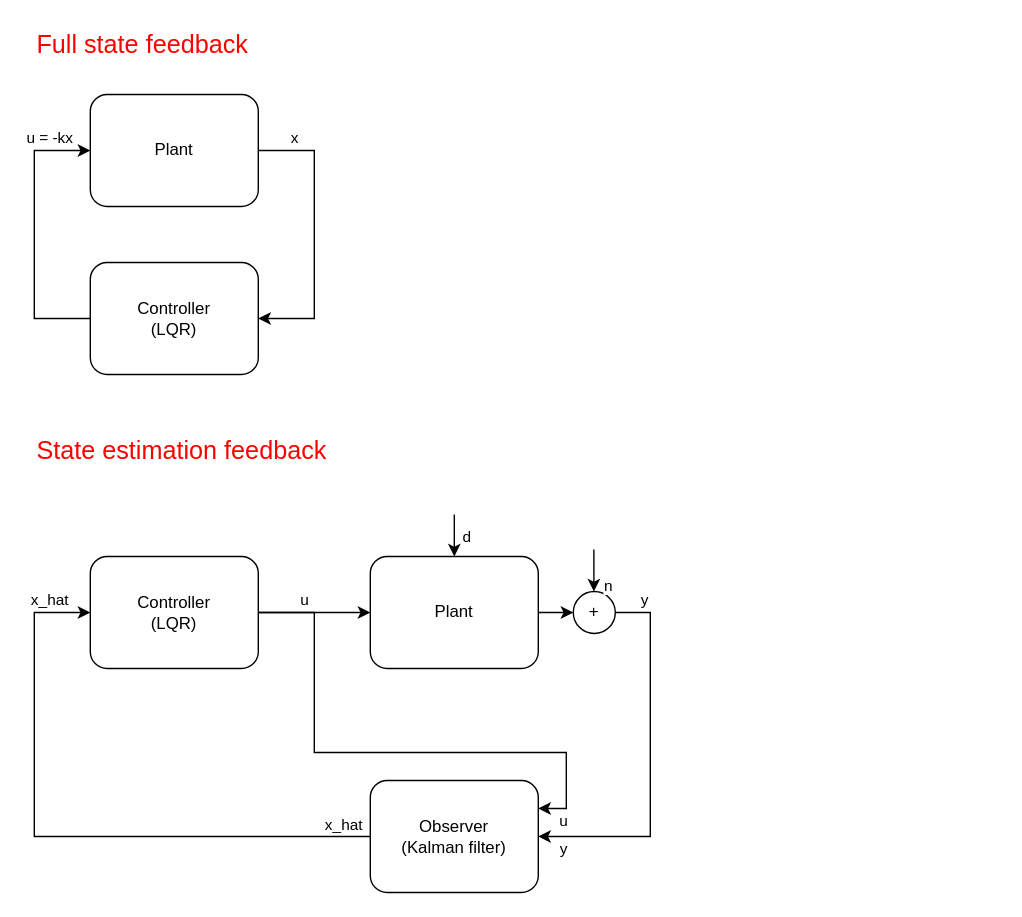
Above: 00_repo_target_content/controlSystemsTestDiagram.drawio in asitkumar47/asitk (draw.io), before the change. Source tidied: cells renumbered, new cells numbered last; positions are measured from the earlier drawing's top-left corner, leaving out a move shared by most shapes. Both pictures are drawn from the tidied source at 140%, with x=0, y=0 at pixel (34, 24).
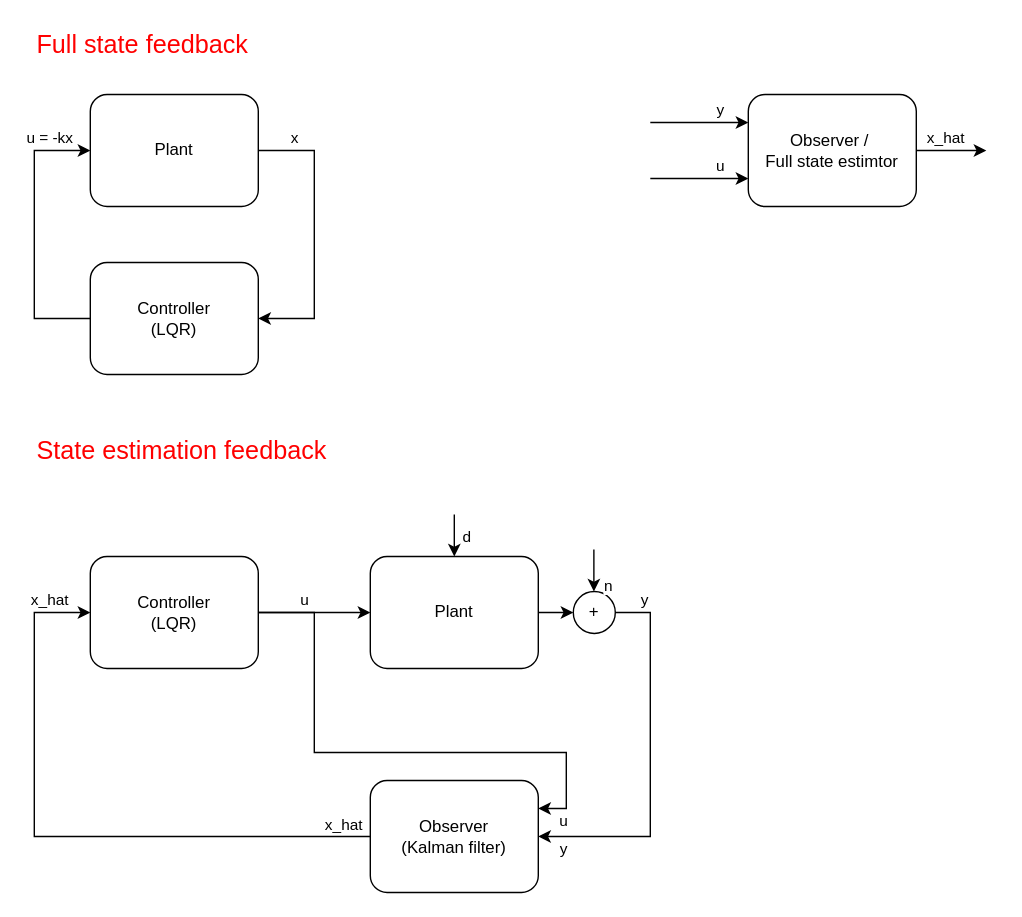
The same page after the edit.

What changed in the source:
```diff
@@
+    <mxCell id="29" style="edgeStyle=orthogonalEdgeStyle;rounded=0;jettySize=auto;html=1;" parent="1" edge="1" source="31">
+      <mxGeometry relative="1" as="geometry">
+        <mxPoint x="680" y="90" as="targetPoint" />
+      </mxGeometry>
+    </mxCell>
+    <mxCell id="30" value="x_hat" style="edgeLabel;html=1;align=center;verticalAlign=middle;" parent="29" vertex="1">
+      <mxGeometry x="0.01" y="-1" relative="1" as="geometry">
+        <mxPoint x="-5" y="-11" as="offset" />
+      </mxGeometry>
+    </mxCell>
+    <mxCell id="31" value="Observer /&amp;nbsp;&lt;div&gt;Full state estimtor&lt;/div&gt;" style="rounded=1;whiteSpace=wrap;html=1;" parent="1" vertex="1">
+      <mxGeometry x="510" y="50" width="120" height="80" as="geometry" />
+    </mxCell>
+    <mxCell id="32" style="endArrow=classic;html=1;rounded=0;entryX=0;entryY=0.25;entryDx=0;entryDy=0;" parent="1" edge="1" target="31">
+      <mxGeometry relative="1" as="geometry">
+        <mxPoint x="440" y="70" as="sourcePoint" />
+      </mxGeometry>
+    </mxCell>
+    <mxCell id="33" value="y" style="edgeLabel;html=1;align=center;verticalAlign=middle;" parent="32" vertex="1">
+      <mxGeometry x="-0.33" y="1" relative="1" as="geometry">
+        <mxPoint x="26" y="-9" as="offset" />
+      </mxGeometry>
+    </mxCell>
+    <mxCell id="34" style="endArrow=classic;html=1;rounded=0;entryX=0;entryY=0.25;entryDx=0;entryDy=0;" parent="1" edge="1">
+      <mxGeometry relative="1" as="geometry">
+        <mxPoint x="440" y="110" as="sourcePoint" />
+        <mxPoint x="510" y="110" as="targetPoint" />
+      </mxGeometry>
+    </mxCell>
+    <mxCell id="35" value="u" style="edgeLabel;html=1;align=center;verticalAlign=middle;" parent="34" vertex="1">
+      <mxGeometry x="-0.33" y="1" relative="1" as="geometry">
+        <mxPoint x="26" y="-9" as="offset" />
+      </mxGeometry>
+    </mxCell>
```
